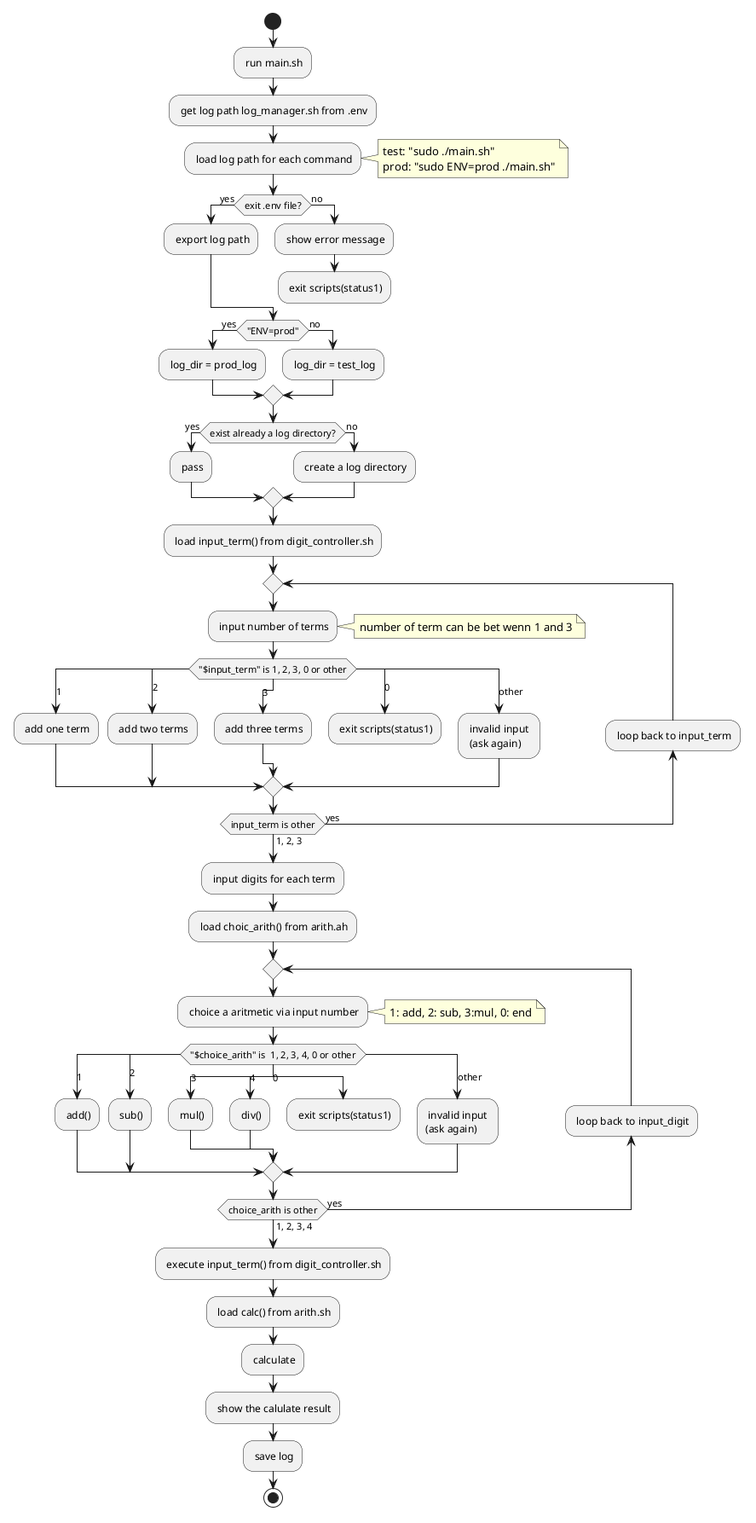
Before: docs/main-script-flow_activity.png, a diagram exported from PlantUML (Jumacde/shellscript_basiccalc_whileloop).
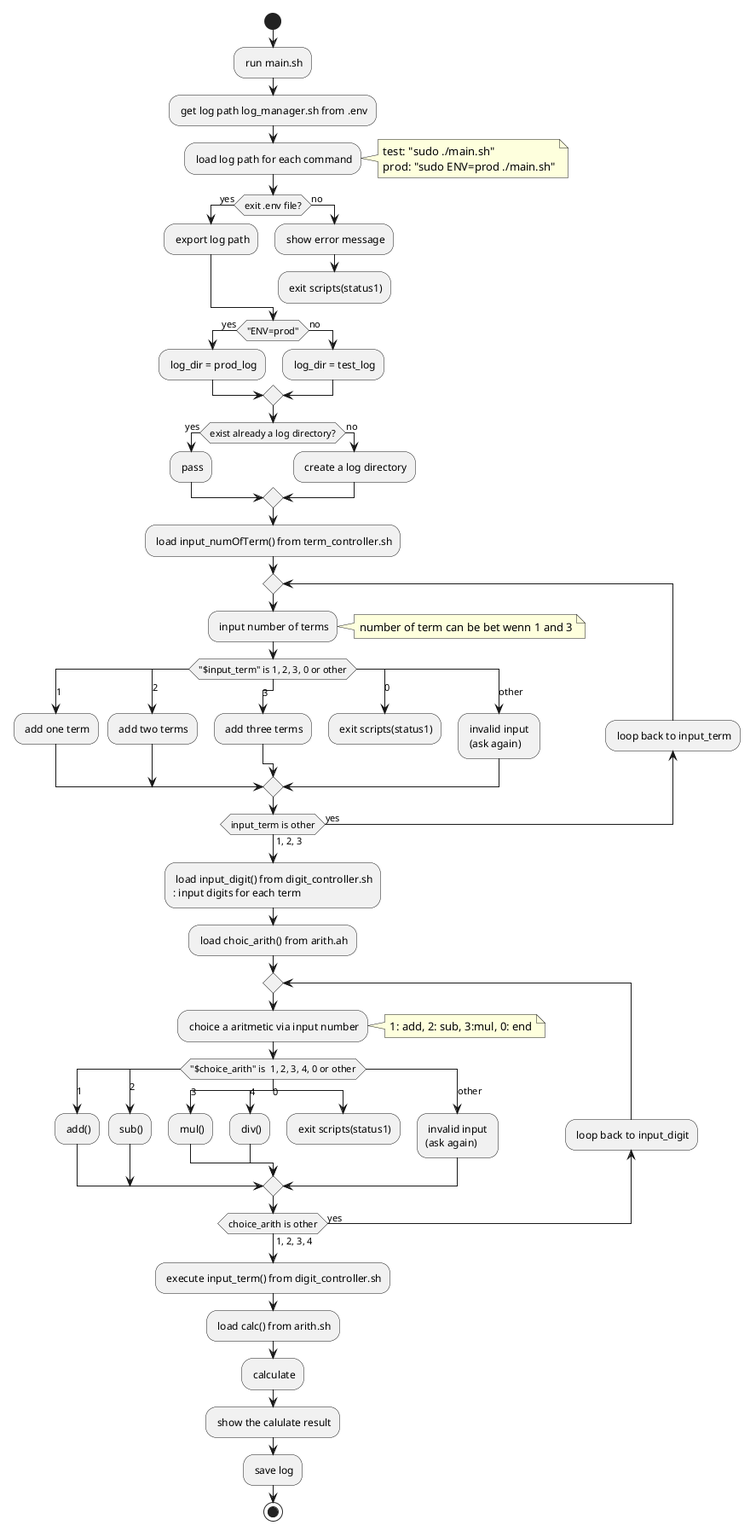
The same diagram one commit later.

The edit, as a diff of the source:
```diff
@@ -27,7 +27,7 @@
 else (no)
 	: create a log directory;
 endif
-: load input_term() from digit_controller.sh;
+: load input_numOfTerm() from term_controller.sh;
 
 
 repeat
@@ -52,6 +52,7 @@
 backward: loop back to input_term;
 repeat while(input_term is other) is (yes) not (1, 2, 3);
 
+: load input_digit() from digit_controller.sh
 : input digits for each term;
 
 : load choic_arith() from arith.ah;
```
